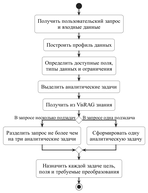
This is research/architecture/tex/planning.png from shnikita-cr/ViRAGE, a PlantUML export, as it was before one commit.
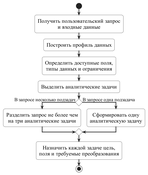
After the commit.

Change to the diagram source:
```diff
@@ -39,7 +39,6 @@
 :Определить доступные поля,
 типы данных и ограничения;
 :Выделить аналитические задачи;
-:Получить из VisRAG знания;
 
 if () then (В запросе несколько подзадач)
   :Разделить запрос не более чем
```
